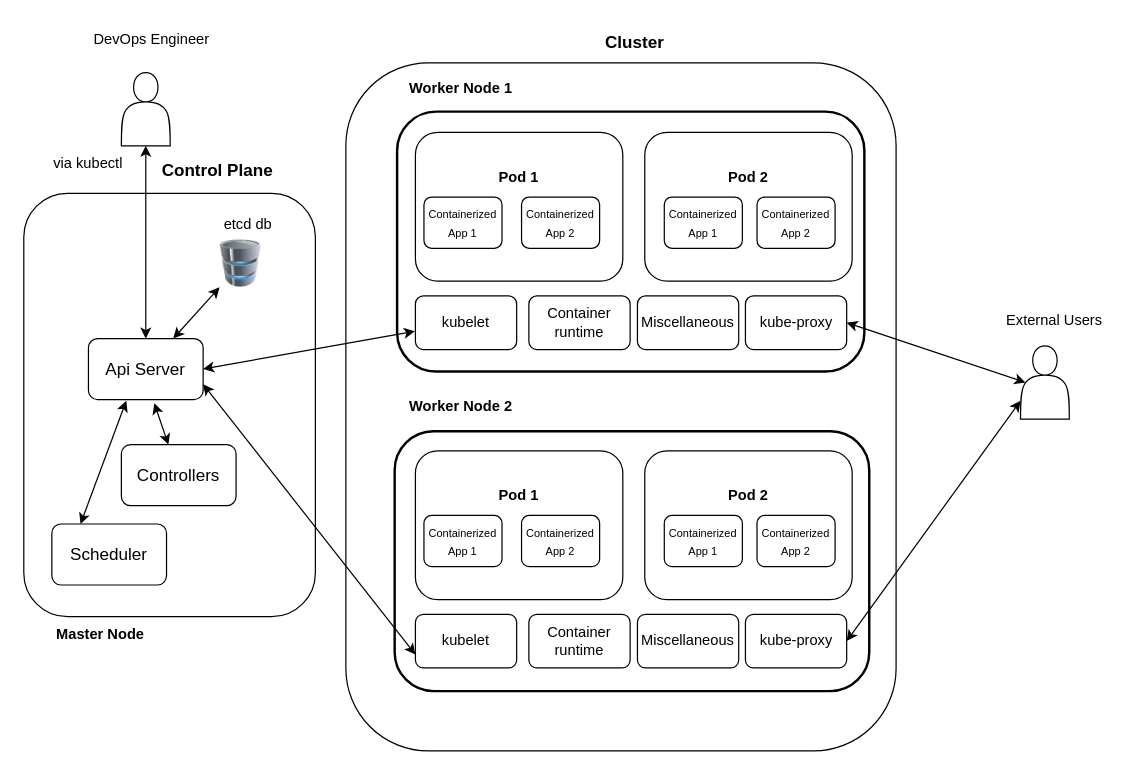
The draw.io diagram kubernetes_high_level.drawio in kerrystack/msc-project, before the edit. Source tidied: cells renumbered, new cells numbered last; positions are measured from the earlier drawing's top-left corner, leaving out a move shared by most shapes. Both pictures are drawn from the tidied source at 122%, with x=0, y=0 at pixel (21, 21).
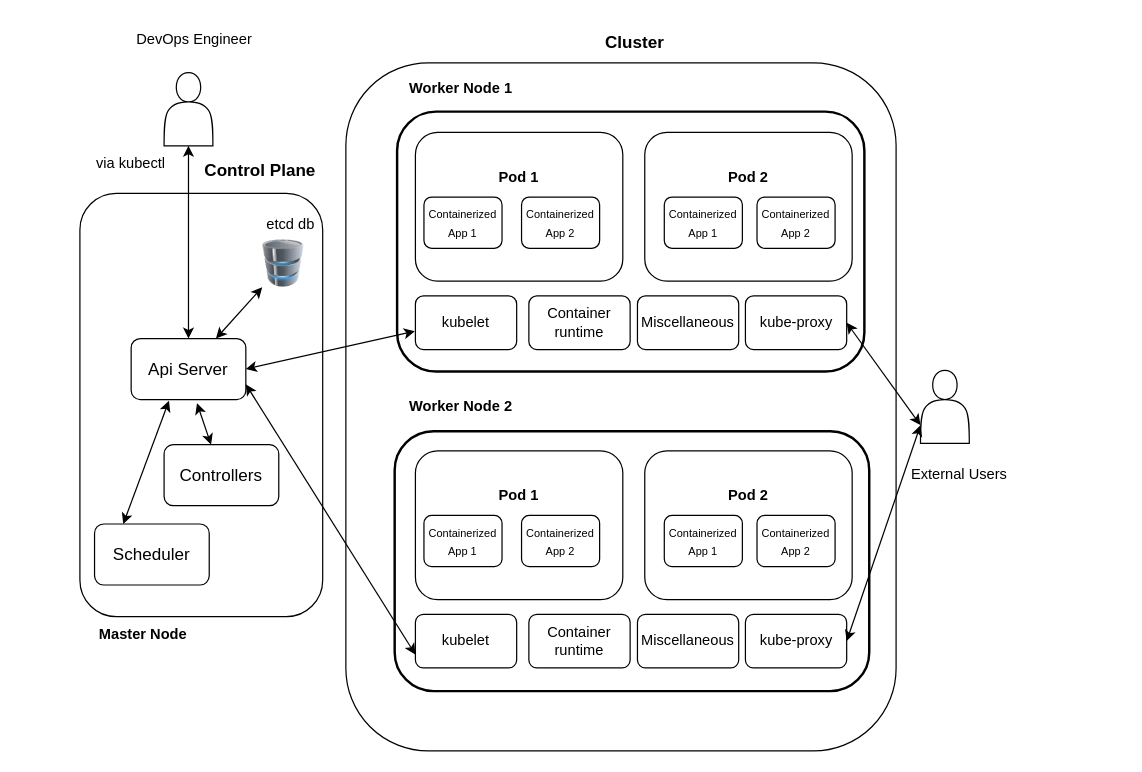
After the change.

The change refers to these unchanged cells:
```xml
<mxCell id="9" value="&lt;span style=&quot;font-size: 12px;&quot;&gt;kube-proxy&lt;/span&gt;" style="rounded=1;whiteSpace=wrap;html=1;fontSize=9;" parent="1" vertex="1">
  <mxGeometry x="593.5" y="225" width="83" height="44" as="geometry" />
</mxCell>
```

The edit, as a diff of the source:
```diff
@@
     <mxCell id="28" value="Api Server" style="rounded=1;whiteSpace=wrap;html=1;strokeColor=#000000;strokeWidth=1;fontSize=14;fillColor=none;" parent="1" vertex="1">
-      <mxGeometry x="55" y="260" width="94" height="50" as="geometry" />
+      <mxGeometry x="90" y="260" width="94" height="50" as="geometry" />
     </mxCell>
@@
     <mxCell id="31" style="shape=actor;whiteSpace=wrap;html=1;strokeColor=#000000;strokeWidth=1;fontSize=14;fillColor=none;" parent="1" vertex="1">
-      <mxGeometry x="82" y="42" width="40" height="60" as="geometry" />
+      <mxGeometry x="117" y="42" width="40" height="60" as="geometry" />
     </mxCell>
@@
     <mxCell id="33" value="&lt;font style=&quot;font-size: 12px;&quot;&gt;via kubectl&lt;/font&gt;" style="text;html=1;strokeColor=none;fillColor=none;align=center;verticalAlign=middle;whiteSpace=wrap;rounded=0;fontSize=12;" parent="1" vertex="1">
-      <mxGeometry y="102" width="110" height="30" as="geometry" />
+      <mxGeometry x="35" y="102" width="110" height="30" as="geometry" />
     </mxCell>
     <mxCell id="34" value="&lt;font style=&quot;font-size: 12px;&quot;&gt;DevOps Engineer&lt;/font&gt;" style="text;html=1;strokeColor=none;fillColor=none;align=center;verticalAlign=middle;whiteSpace=wrap;rounded=0;fontSize=12;" parent="1" vertex="1">
-      <mxGeometry x="52" width="110" height="30" as="geometry" />
+      <mxGeometry x="87" width="110" height="30" as="geometry" />
     </mxCell>
     <mxCell id="35" style="shape=actor;whiteSpace=wrap;html=1;strokeColor=#000000;strokeWidth=1;fontSize=14;fillColor=none;" parent="1" vertex="1">
-      <mxGeometry x="819" y="266" width="40" height="60" as="geometry" />
+      <mxGeometry x="737" y="286" width="40" height="60" as="geometry" />
     </mxCell>
-    <mxCell id="36" style="endArrow=classic;startArrow=classic;html=1;rounded=0;fontSize=14;entryX=1;entryY=0.5;entryDx=0;entryDy=0;exitX=0.1;exitY=0.5;exitDx=0;exitDy=0;exitPerimeter=0;" parent="1" edge="1" source="35" target="9">
+    <mxCell id="36" style="endArrow=classic;startArrow=classic;html=1;rounded=0;fontSize=14;entryX=1;entryY=0.5;entryDx=0;entryDy=0;exitX=0;exitY=0.75;exitDx=0;exitDy=0;" parent="1" edge="1" source="35" target="9">
       <mxGeometry relative="1" as="geometry" />
     </mxCell>
@@
     <mxCell id="38" value="External Users" style="text;html=1;strokeColor=none;fillColor=none;align=center;verticalAlign=middle;whiteSpace=wrap;rounded=0;fontSize=12;" parent="1" vertex="1">
-      <mxGeometry x="792" y="230" width="110" height="30" as="geometry" />
+      <mxGeometry x="714" y="357" width="110" height="30" as="geometry" />
     </mxCell>
     <mxCell id="39" value="Controllers" style="rounded=1;whiteSpace=wrap;html=1;strokeColor=#000000;strokeWidth=1;fontSize=14;fillColor=none;" parent="1" vertex="1">
-      <mxGeometry x="82" y="347" width="94" height="50" as="geometry" />
+      <mxGeometry x="117" y="347" width="94" height="50" as="geometry" />
     </mxCell>
     <mxCell id="40" value="Scheduler" style="rounded=1;whiteSpace=wrap;html=1;strokeColor=#000000;strokeWidth=1;fontSize=14;fillColor=none;" parent="1" vertex="1">
-      <mxGeometry x="25" y="412" width="94" height="50" as="geometry" />
+      <mxGeometry x="60" y="412" width="94" height="50" as="geometry" />
     </mxCell>
     <mxCell id="41" style="image;html=1;image=img/lib/clip_art/computers/Database_128x128.png;strokeColor=#000000;strokeWidth=1;fontSize=12;fillColor=none;" parent="1" vertex="1">
-      <mxGeometry x="149" y="179" width="62" height="39" as="geometry" />
+      <mxGeometry x="184" y="179" width="62" height="39" as="geometry" />
     </mxCell>
     <mxCell id="42" value="&lt;font style=&quot;font-size: 12px;&quot;&gt;etcd db&lt;/font&gt;" style="text;html=1;strokeColor=none;fillColor=none;align=center;verticalAlign=middle;whiteSpace=wrap;rounded=0;fontSize=12;" parent="1" vertex="1">
-      <mxGeometry x="131" y="152" width="110" height="30" as="geometry" />
+      <mxGeometry x="166" y="152" width="110" height="30" as="geometry" />
     </mxCell>
@@
     <mxCell id="46" style="rounded=1;whiteSpace=wrap;html=1;fontSize=12;fillColor=none;strokeWidth=1;" parent="1" vertex="1">
-      <mxGeometry x="2" y="141" width="239" height="347" as="geometry" />
+      <mxGeometry x="48" y="141" width="199" height="347" as="geometry" />
     </mxCell>
     <mxCell id="47" value="&lt;b&gt;&lt;font style=&quot;font-size: 14px;&quot;&gt;Control Plane&lt;/font&gt;&lt;/b&gt;" style="text;html=1;strokeColor=none;fillColor=none;align=center;verticalAlign=middle;whiteSpace=wrap;rounded=0;fontSize=12;" parent="1" vertex="1">
-      <mxGeometry x="106" y="107" width="110" height="30" as="geometry" />
+      <mxGeometry x="141" y="107" width="110" height="30" as="geometry" />
     </mxCell>
     <mxCell id="48" value="&lt;b&gt;Master Node&lt;/b&gt;" style="text;html=1;strokeColor=none;fillColor=none;align=center;verticalAlign=middle;whiteSpace=wrap;rounded=0;fontSize=12;" parent="1" vertex="1">
-      <mxGeometry x="27" y="488" width="76" height="30" as="geometry" />
+      <mxGeometry x="62" y="488" width="76" height="30" as="geometry" />
     </mxCell>
```
